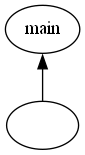
Above: printer/images/Symbol.gv.png in KianBankeLarsen/Compiler (Graphviz), before the change. Its source is kept beside it as printer/images/Symbol.gv. Source of this version:
```dot
digraph Symbol {
	graph [rankdir=BT]
	0 [label=main]
	1 [label=""]
	1 -> 0
}
```
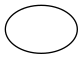
Later version of the same file.

Diff of the diagram source:
```diff
@@ -1,6 +1,4 @@
 digraph Symbol {
 	graph [rankdir=BT]
-	0 [label=main]
-	1 [label=""]
-	1 -> 0
+	0 [label=""]
 }
```
